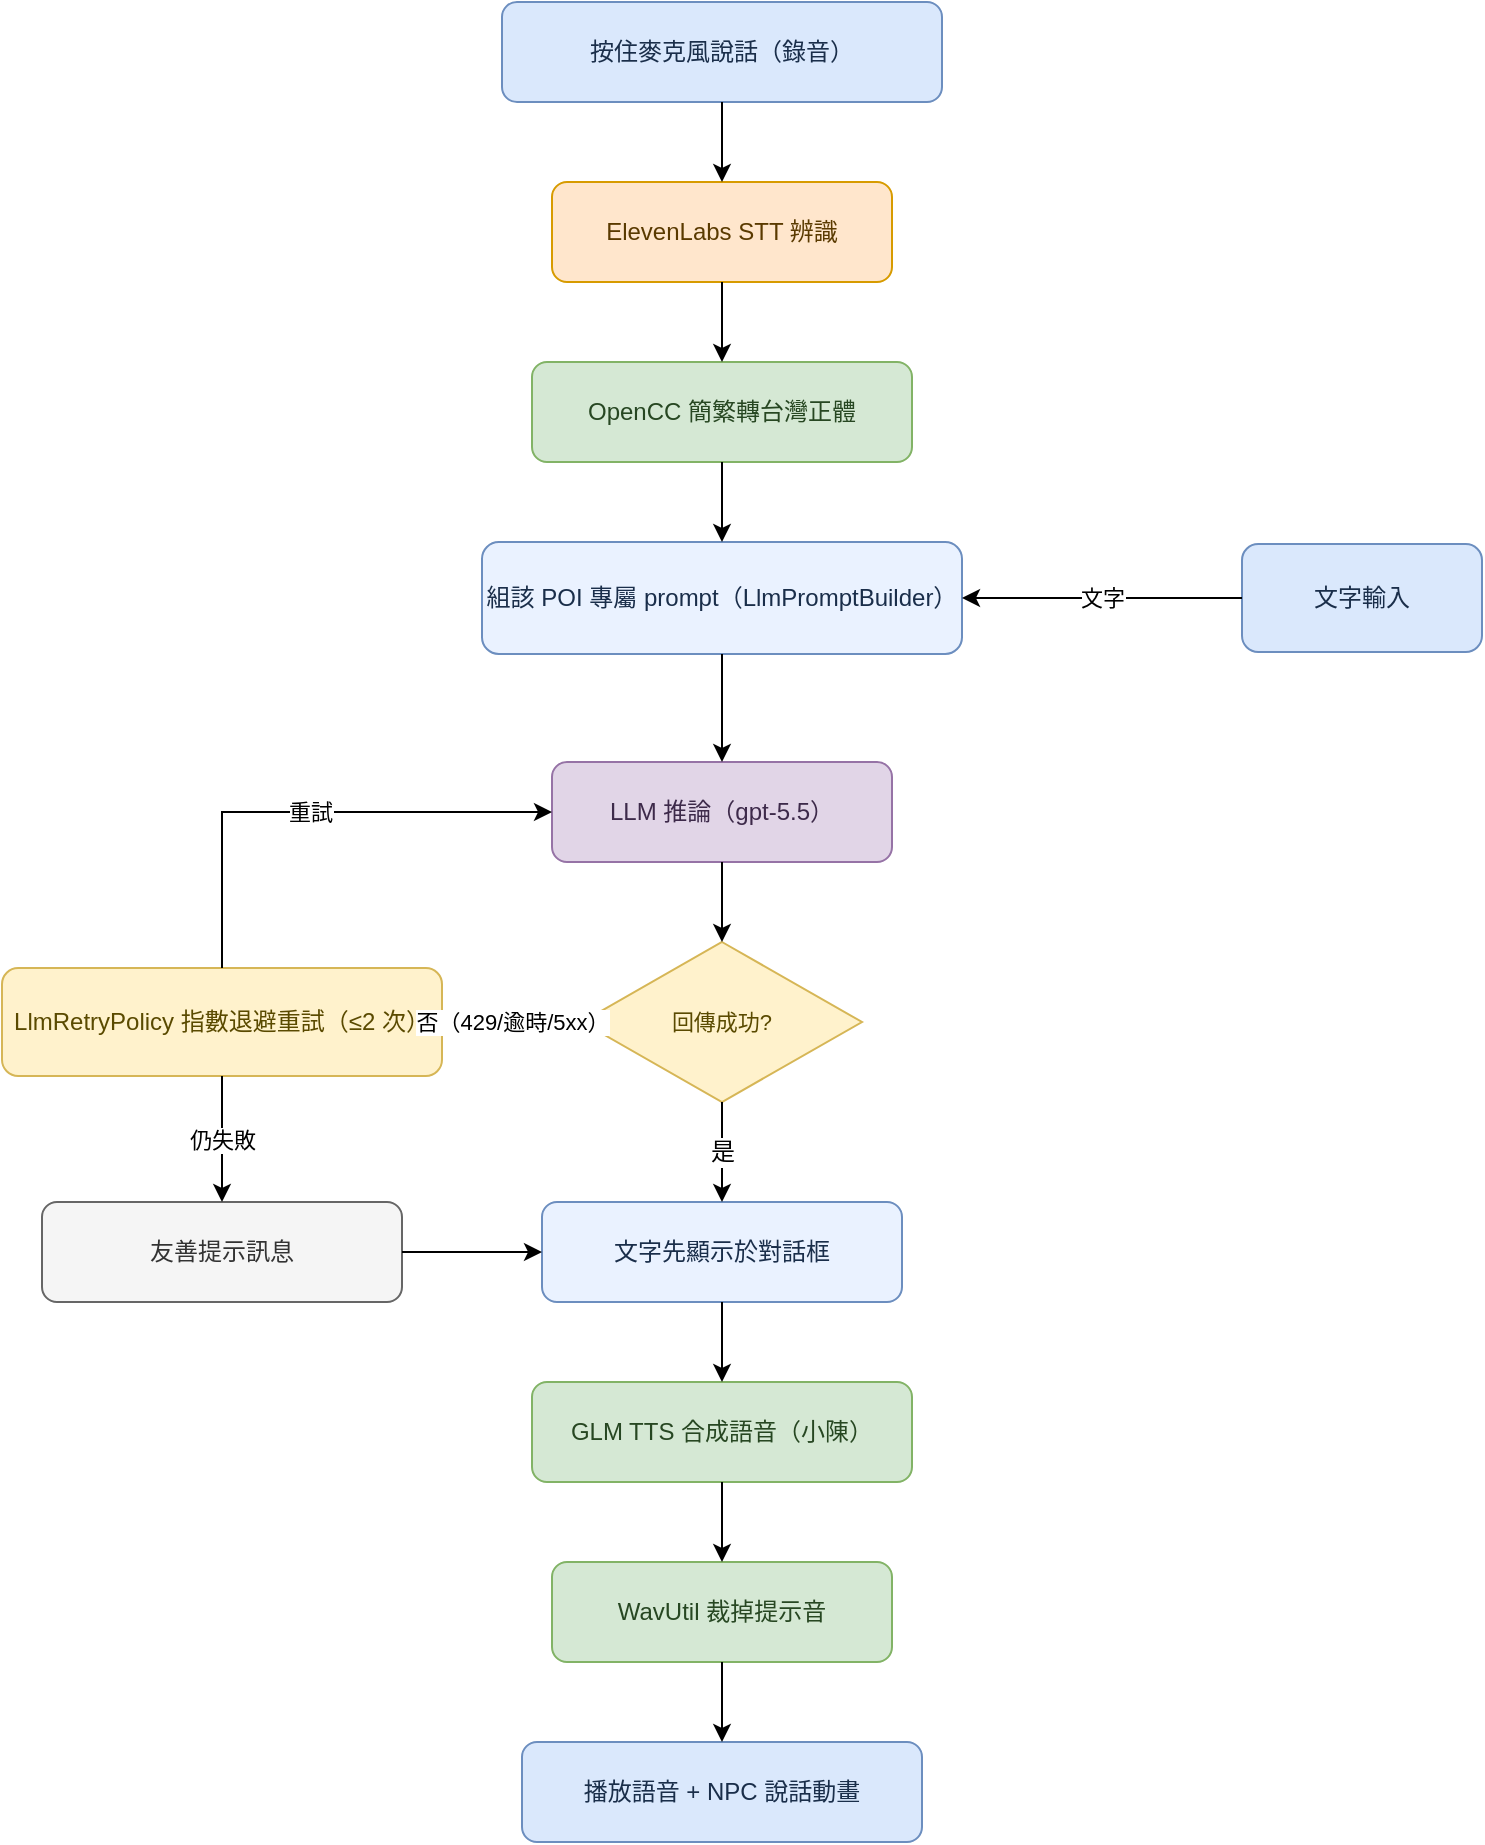
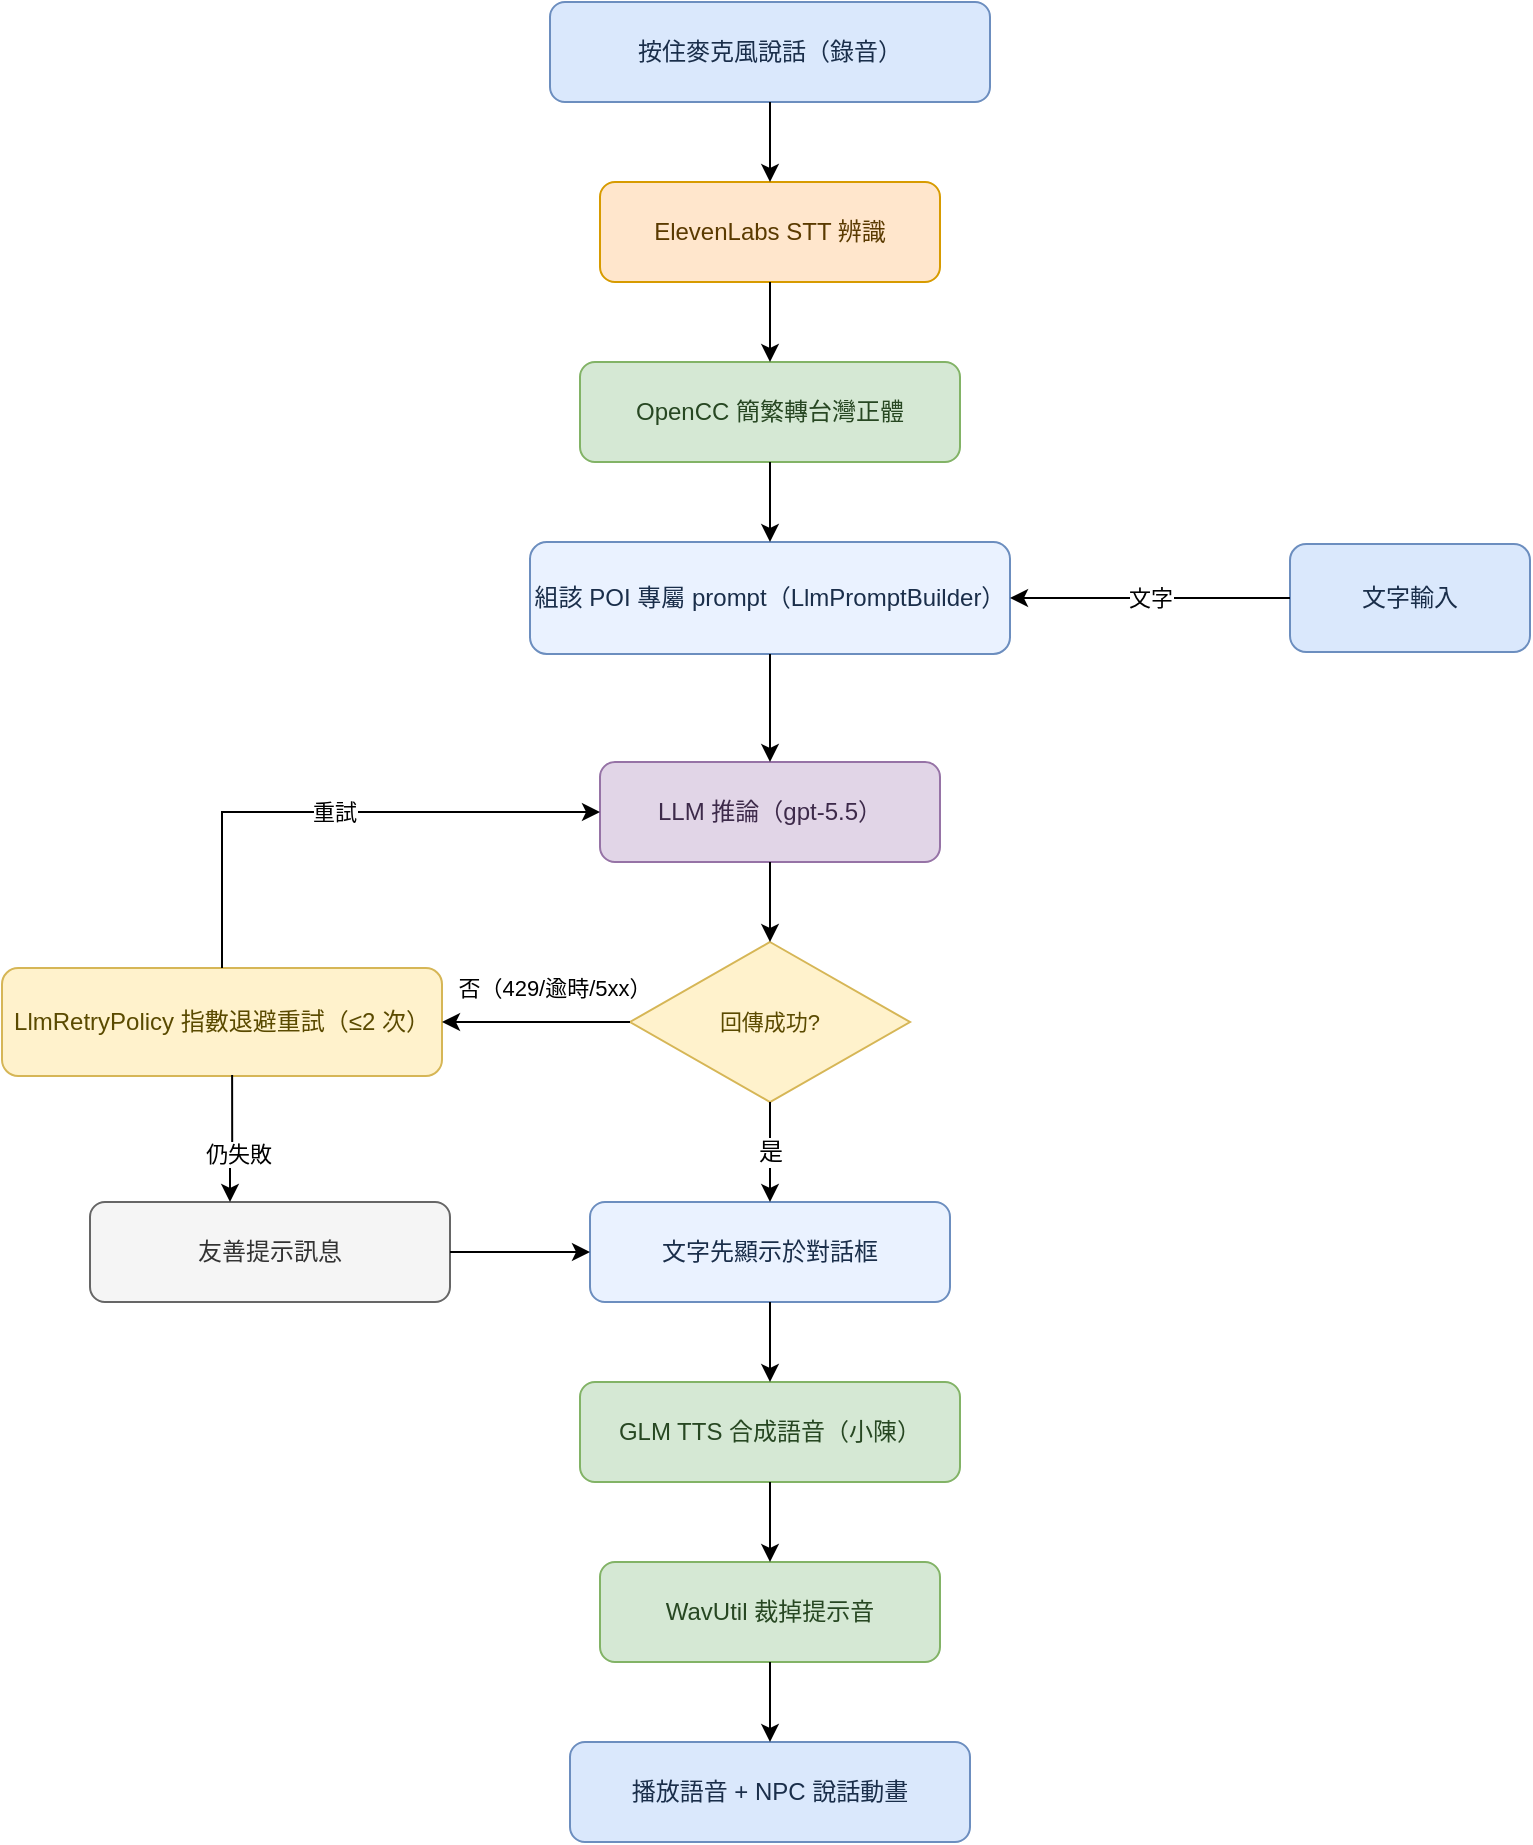
- <?xml version="1.0" encoding="UTF-8"?>
- <mxfile host="drawio" version="26.0.0"><diagram name="pipeline"><mxGraphModel dx="900" dy="600" grid="0" pageWidth="880" pageHeight="980">
- <root><mxCell id="0"/><mxCell id="1" parent="0"/>
- <mxCell id="invoice" value="按住麥克風說話（錄音）" style="rounded=1;whiteSpace=wrap;html=1;fillColor=#dae8fc;strokeColor=#6c8ebf;fontColor=#1a2e4a;fontSize=12;" vertex="1" parent="1"><mxGeometry x="320" y="20" width="220" height="50" as="geometry"/></mxCell>
- <mxCell id="stt" value="ElevenLabs STT 辨識" style="rounded=1;whiteSpace=wrap;html=1;fillColor=#ffe6cc;strokeColor=#d79b00;fontColor=#5a3a00;fontSize=12;" vertex="1" parent="1"><mxGeometry x="345" y="110" width="170" height="50" as="geometry"/></mxCell>
- <mxCell id="opencc" value="OpenCC 簡繁轉台灣正體" style="rounded=1;whiteSpace=wrap;html=1;fillColor=#d5e8d4;strokeColor=#82b366;fontColor=#274722;fontSize=12;" vertex="1" parent="1"><mxGeometry x="335" y="200" width="190" height="50" as="geometry"/></mxCell>
- <mxCell id="prompt" value="組該 POI 專屬 prompt（LlmPromptBuilder）" style="rounded=1;whiteSpace=wrap;html=1;fillColor=#eaf2ff;strokeColor=#6c8ebf;fontColor=#1a2e4a;fontSize=12;" vertex="1" parent="1"><mxGeometry x="310" y="290" width="240" height="56" as="geometry"/></mxCell>
- <mxCell id="intext" value="文字輸入" style="rounded=1;whiteSpace=wrap;html=1;fillColor=#dae8fc;strokeColor=#6c8ebf;fontColor=#1a2e4a;fontSize=12;" vertex="1" parent="1"><mxGeometry x="690" y="291" width="120" height="54" as="geometry"/></mxCell>
- <mxCell id="llm" value="LLM 推論（gpt-5.5）" style="rounded=1;whiteSpace=wrap;html=1;fillColor=#e1d5e7;strokeColor=#9673a6;fontColor=#3d2a4a;fontSize=12;" vertex="1" parent="1"><mxGeometry x="345" y="400" width="170" height="50" as="geometry"/></mxCell>
- <mxCell id="dec" value="回傳成功?" style="rhombus;whiteSpace=wrap;html=1;fillColor=#fff2cc;strokeColor=#d6b656;fontColor=#5a4a00;fontSize=11;" vertex="1" parent="1"><mxGeometry x="360" y="490" width="140" height="80" as="geometry"/></mxCell>
- <mxCell id="retry" value="LlmRetryPolicy 指數退避重試（≤2 次）" style="rounded=1;whiteSpace=wrap;html=1;fillColor=#fff2cc;strokeColor=#d6b656;fontColor=#5a4a00;fontSize=12;" vertex="1" parent="1"><mxGeometry x="70" y="503" width="220" height="54" as="geometry"/></mxCell>
- <mxCell id="degrade" value="友善提示訊息" style="rounded=1;whiteSpace=wrap;html=1;fillColor=#f5f5f5;strokeColor=#666666;fontColor=#333333;fontSize=12;" vertex="1" parent="1"><mxGeometry x="90" y="620" width="180" height="50" as="geometry"/></mxCell>
- <mxCell id="text" value="文字先顯示於對話框" style="rounded=1;whiteSpace=wrap;html=1;fillColor=#eaf2ff;strokeColor=#6c8ebf;fontColor=#1a2e4a;fontSize=12;" vertex="1" parent="1"><mxGeometry x="340" y="620" width="180" height="50" as="geometry"/></mxCell>
- <mxCell id="tts" value="GLM TTS 合成語音（小陳）" style="rounded=1;whiteSpace=wrap;html=1;fillColor=#d5e8d4;strokeColor=#82b366;fontColor=#274722;fontSize=12;" vertex="1" parent="1"><mxGeometry x="335" y="710" width="190" height="50" as="geometry"/></mxCell>
- <mxCell id="trim" value="WavUtil 裁掉提示音" style="rounded=1;whiteSpace=wrap;html=1;fillColor=#d5e8d4;strokeColor=#82b366;fontColor=#274722;fontSize=12;" vertex="1" parent="1"><mxGeometry x="345" y="800" width="170" height="50" as="geometry"/></mxCell>
- <mxCell id="play" value="播放語音 + NPC 說話動畫" style="rounded=1;whiteSpace=wrap;html=1;fillColor=#dae8fc;strokeColor=#6c8ebf;fontColor=#1a2e4a;fontSize=12;" vertex="1" parent="1"><mxGeometry x="330" y="890" width="200" height="50" as="geometry"/></mxCell>
- <mxCell id="m1" style="edgeStyle=orthogonalEdgeStyle;rounded=0;html=1;endArrow=classic;exitX=0.5;exitY=1;entryX=0.5;entryY=0;" edge="1" parent="1" source="invoice" target="stt"><mxGeometry relative="1" as="geometry"/></mxCell>
- <mxCell id="m2" style="edgeStyle=orthogonalEdgeStyle;rounded=0;html=1;endArrow=classic;exitX=0.5;exitY=1;entryX=0.5;entryY=0;" edge="1" parent="1" source="stt" target="opencc"><mxGeometry relative="1" as="geometry"/></mxCell>
- <mxCell id="m3" style="edgeStyle=orthogonalEdgeStyle;rounded=0;html=1;endArrow=classic;exitX=0.5;exitY=1;entryX=0.5;entryY=0;" edge="1" parent="1" source="opencc" target="prompt"><mxGeometry relative="1" as="geometry"/></mxCell>
- <mxCell id="m4" style="edgeStyle=orthogonalEdgeStyle;rounded=0;html=1;endArrow=classic;exitX=0.5;exitY=1;entryX=0.5;entryY=0;" edge="1" parent="1" source="prompt" target="llm"><mxGeometry relative="1" as="geometry"/></mxCell>
- <mxCell id="m5" style="edgeStyle=orthogonalEdgeStyle;rounded=0;html=1;endArrow=classic;exitX=0.5;exitY=1;entryX=0.5;entryY=0;" edge="1" parent="1" source="llm" target="dec"><mxGeometry relative="1" as="geometry"/></mxCell>
- <mxCell id="m6" value="是" style="edgeStyle=orthogonalEdgeStyle;rounded=0;html=1;endArrow=classic;fontSize=12;exitX=0.5;exitY=1;entryX=0.5;entryY=0;" edge="1" parent="1" source="dec" target="text"><mxGeometry relative="1" as="geometry"/></mxCell>
- <mxCell id="m7" style="edgeStyle=orthogonalEdgeStyle;rounded=0;html=1;endArrow=classic;exitX=0.5;exitY=1;entryX=0.5;entryY=0;" edge="1" parent="1" source="text" target="tts"><mxGeometry relative="1" as="geometry"/></mxCell>
- <mxCell id="m8" style="edgeStyle=orthogonalEdgeStyle;rounded=0;html=1;endArrow=classic;exitX=0.5;exitY=1;entryX=0.5;entryY=0;" edge="1" parent="1" source="tts" target="trim"><mxGeometry relative="1" as="geometry"/></mxCell>
- <mxCell id="m9" style="edgeStyle=orthogonalEdgeStyle;rounded=0;html=1;endArrow=classic;exitX=0.5;exitY=1;entryX=0.5;entryY=0;" edge="1" parent="1" source="trim" target="play"><mxGeometry relative="1" as="geometry"/></mxCell>
- <mxCell id="s1" value="文字" style="edgeStyle=orthogonalEdgeStyle;rounded=0;html=1;endArrow=classic;fontSize=11;exitX=0;exitY=0.5;entryX=1;entryY=0.5;" edge="1" parent="1" source="intext" target="prompt"><mxGeometry relative="1" as="geometry"/></mxCell>
- <mxCell id="s2" value="否（429/逾時/5xx）" style="edgeStyle=orthogonalEdgeStyle;rounded=0;html=1;endArrow=classic;fontSize=11;exitX=0;exitY=0.5;entryX=1;entryY=0.5;" edge="1" parent="1" source="dec" target="retry"><mxGeometry relative="1" as="geometry"/></mxCell>
- <mxCell id="s3" value="重試" style="edgeStyle=orthogonalEdgeStyle;rounded=0;html=1;endArrow=classic;fontSize=11;exitX=0.5;exitY=0;entryX=0;entryY=0.5;" edge="1" parent="1" source="retry" target="llm"><mxGeometry relative="1" as="geometry"/></mxCell>
- <mxCell id="s4" value="仍失敗" style="edgeStyle=orthogonalEdgeStyle;rounded=0;html=1;endArrow=classic;fontSize=11;exitX=0.5;exitY=1;entryX=0.5;entryY=0;" edge="1" parent="1" source="retry" target="degrade"><mxGeometry relative="1" as="geometry"/></mxCell>
- <mxCell id="s5" style="edgeStyle=orthogonalEdgeStyle;rounded=0;html=1;endArrow=classic;exitX=1;exitY=0.5;entryX=0;entryY=0.5;" edge="1" parent="1" source="degrade" target="text"><mxGeometry relative="1" as="geometry"/></mxCell>
- </root></mxGraphModel></diagram></mxfile>
+ <mxfile host="Electron">
+   <diagram name="pipeline" id="0">
+     <mxGraphModel dx="1557" dy="1028" grid="0" gridSize="10" guides="1" tooltips="1" connect="1" arrows="1" fold="1" page="1" pageScale="1" pageWidth="880" pageHeight="980" math="0" shadow="0">
+       <root>
+         <mxCell id="0" />
+         <mxCell id="1" parent="0" />
+         <mxCell id="invoice" parent="1" style="rounded=1;whiteSpace=wrap;html=1;fillColor=#dae8fc;strokeColor=#6c8ebf;fontColor=#1a2e4a;fontSize=12;" value="按住麥克風說話（錄音）" vertex="1">
+           <mxGeometry height="50" width="220" x="320" y="20" as="geometry" />
+         </mxCell>
+         <mxCell id="stt" parent="1" style="rounded=1;whiteSpace=wrap;html=1;fillColor=#ffe6cc;strokeColor=#d79b00;fontColor=#5a3a00;fontSize=12;" value="ElevenLabs STT 辨識" vertex="1">
+           <mxGeometry height="50" width="170" x="345" y="110" as="geometry" />
+         </mxCell>
+         <mxCell id="opencc" parent="1" style="rounded=1;whiteSpace=wrap;html=1;fillColor=#d5e8d4;strokeColor=#82b366;fontColor=#274722;fontSize=12;" value="OpenCC 簡繁轉台灣正體" vertex="1">
+           <mxGeometry height="50" width="190" x="335" y="200" as="geometry" />
+         </mxCell>
+         <mxCell id="prompt" parent="1" style="rounded=1;whiteSpace=wrap;html=1;fillColor=#eaf2ff;strokeColor=#6c8ebf;fontColor=#1a2e4a;fontSize=12;" value="組該 POI 專屬 prompt（LlmPromptBuilder）" vertex="1">
+           <mxGeometry height="56" width="240" x="310" y="290" as="geometry" />
+         </mxCell>
+         <mxCell id="intext" parent="1" style="rounded=1;whiteSpace=wrap;html=1;fillColor=#dae8fc;strokeColor=#6c8ebf;fontColor=#1a2e4a;fontSize=12;" value="文字輸入" vertex="1">
+           <mxGeometry height="54" width="120" x="690" y="291" as="geometry" />
+         </mxCell>
+         <mxCell id="llm" parent="1" style="rounded=1;whiteSpace=wrap;html=1;fillColor=#e1d5e7;strokeColor=#9673a6;fontColor=#3d2a4a;fontSize=12;" value="LLM 推論（gpt-5.5）" vertex="1">
+           <mxGeometry height="50" width="170" x="345" y="400" as="geometry" />
+         </mxCell>
+         <mxCell id="dec" parent="1" style="rhombus;whiteSpace=wrap;html=1;fillColor=#fff2cc;strokeColor=#d6b656;fontColor=#5a4a00;fontSize=11;" value="回傳成功?" vertex="1">
+           <mxGeometry height="80" width="140" x="360" y="490" as="geometry" />
+         </mxCell>
+         <mxCell id="retry" parent="1" style="rounded=1;whiteSpace=wrap;html=1;fillColor=#fff2cc;strokeColor=#d6b656;fontColor=#5a4a00;fontSize=12;" value="LlmRetryPolicy 指數退避重試（≤2 次）" vertex="1">
+           <mxGeometry height="54" width="220" x="46" y="503" as="geometry" />
+         </mxCell>
+         <mxCell id="degrade" parent="1" style="rounded=1;whiteSpace=wrap;html=1;fillColor=#f5f5f5;strokeColor=#666666;fontColor=#333333;fontSize=12;" value="友善提示訊息" vertex="1">
+           <mxGeometry height="50" width="180" x="90" y="620" as="geometry" />
+         </mxCell>
+         <mxCell id="text" parent="1" style="rounded=1;whiteSpace=wrap;html=1;fillColor=#eaf2ff;strokeColor=#6c8ebf;fontColor=#1a2e4a;fontSize=12;" value="文字先顯示於對話框" vertex="1">
+           <mxGeometry height="50" width="180" x="340" y="620" as="geometry" />
+         </mxCell>
+         <mxCell id="tts" parent="1" style="rounded=1;whiteSpace=wrap;html=1;fillColor=#d5e8d4;strokeColor=#82b366;fontColor=#274722;fontSize=12;" value="GLM TTS 合成語音（小陳）" vertex="1">
+           <mxGeometry height="50" width="190" x="335" y="710" as="geometry" />
+         </mxCell>
+         <mxCell id="trim" parent="1" style="rounded=1;whiteSpace=wrap;html=1;fillColor=#d5e8d4;strokeColor=#82b366;fontColor=#274722;fontSize=12;" value="WavUtil 裁掉提示音" vertex="1">
+           <mxGeometry height="50" width="170" x="345" y="800" as="geometry" />
+         </mxCell>
+         <mxCell id="play" parent="1" style="rounded=1;whiteSpace=wrap;html=1;fillColor=#dae8fc;strokeColor=#6c8ebf;fontColor=#1a2e4a;fontSize=12;" value="播放語音 + NPC 說話動畫" vertex="1">
+           <mxGeometry height="50" width="200" x="330" y="890" as="geometry" />
+         </mxCell>
+         <mxCell id="m1" edge="1" parent="1" source="invoice" style="edgeStyle=orthogonalEdgeStyle;rounded=0;html=1;endArrow=classic;exitX=0.5;exitY=1;entryX=0.5;entryY=0;" target="stt">
+           <mxGeometry relative="1" as="geometry" />
+         </mxCell>
+         <mxCell id="m2" edge="1" parent="1" source="stt" style="edgeStyle=orthogonalEdgeStyle;rounded=0;html=1;endArrow=classic;exitX=0.5;exitY=1;entryX=0.5;entryY=0;" target="opencc">
+           <mxGeometry relative="1" as="geometry" />
+         </mxCell>
+         <mxCell id="m3" edge="1" parent="1" source="opencc" style="edgeStyle=orthogonalEdgeStyle;rounded=0;html=1;endArrow=classic;exitX=0.5;exitY=1;entryX=0.5;entryY=0;" target="prompt">
+           <mxGeometry relative="1" as="geometry" />
+         </mxCell>
+         <mxCell id="m4" edge="1" parent="1" source="prompt" style="edgeStyle=orthogonalEdgeStyle;rounded=0;html=1;endArrow=classic;exitX=0.5;exitY=1;entryX=0.5;entryY=0;" target="llm">
+           <mxGeometry relative="1" as="geometry" />
+         </mxCell>
+         <mxCell id="m5" edge="1" parent="1" source="llm" style="edgeStyle=orthogonalEdgeStyle;rounded=0;html=1;endArrow=classic;exitX=0.5;exitY=1;entryX=0.5;entryY=0;" target="dec">
+           <mxGeometry relative="1" as="geometry" />
+         </mxCell>
+         <mxCell id="m6" edge="1" parent="1" source="dec" style="edgeStyle=orthogonalEdgeStyle;rounded=0;html=1;endArrow=classic;fontSize=12;exitX=0.5;exitY=1;entryX=0.5;entryY=0;" target="text" value="是">
+           <mxGeometry relative="1" as="geometry" />
+         </mxCell>
+         <mxCell id="m7" edge="1" parent="1" source="text" style="edgeStyle=orthogonalEdgeStyle;rounded=0;html=1;endArrow=classic;exitX=0.5;exitY=1;entryX=0.5;entryY=0;" target="tts">
+           <mxGeometry relative="1" as="geometry" />
+         </mxCell>
+         <mxCell id="m8" edge="1" parent="1" source="tts" style="edgeStyle=orthogonalEdgeStyle;rounded=0;html=1;endArrow=classic;exitX=0.5;exitY=1;entryX=0.5;entryY=0;" target="trim">
+           <mxGeometry relative="1" as="geometry" />
+         </mxCell>
+         <mxCell id="m9" edge="1" parent="1" source="trim" style="edgeStyle=orthogonalEdgeStyle;rounded=0;html=1;endArrow=classic;exitX=0.5;exitY=1;entryX=0.5;entryY=0;" target="play">
+           <mxGeometry relative="1" as="geometry" />
+         </mxCell>
+         <mxCell id="s1" edge="1" parent="1" source="intext" style="edgeStyle=orthogonalEdgeStyle;rounded=0;html=1;endArrow=classic;fontSize=11;exitX=0;exitY=0.5;entryX=1;entryY=0.5;" target="prompt" value="文字">
+           <mxGeometry relative="1" as="geometry" />
+         </mxCell>
+         <mxCell id="s2" edge="1" parent="1" source="dec" style="edgeStyle=orthogonalEdgeStyle;rounded=0;html=1;endArrow=classic;fontSize=11;exitX=0;exitY=0.5;entryX=1;entryY=0.5;" target="retry" value="否（429/逾時/5xx）">
+           <mxGeometry relative="1" x="-0.1915" y="-17" as="geometry">
+             <mxPoint as="offset" />
+           </mxGeometry>
+         </mxCell>
+         <mxCell id="s3" edge="1" parent="1" source="retry" style="edgeStyle=orthogonalEdgeStyle;rounded=0;html=1;endArrow=classic;fontSize=11;exitX=0.5;exitY=0;entryX=0;entryY=0.5;" target="llm" value="重試">
+           <mxGeometry relative="1" as="geometry" />
+         </mxCell>
+         <mxCell id="s4" edge="1" parent="1" source="retry" style="edgeStyle=orthogonalEdgeStyle;rounded=0;html=1;endArrow=classic;fontSize=11;exitX=0.523;exitY=0.99;exitDx=0;exitDy=0;exitPerimeter=0;" value="仍失敗">
+           <mxGeometry relative="1" x="0.2573" y="4" as="geometry">
+             <mxPoint as="offset" />
+             <Array as="points">
+               <mxPoint x="161" y="591" />
+               <mxPoint x="160" y="591" />
+             </Array>
+             <mxPoint x="157" y="557.0000000000001" as="sourcePoint" />
+             <mxPoint x="160" y="620" as="targetPoint" />
+           </mxGeometry>
+         </mxCell>
+         <mxCell id="s5" edge="1" parent="1" source="degrade" style="edgeStyle=orthogonalEdgeStyle;rounded=0;html=1;endArrow=classic;exitX=1;exitY=0.5;entryX=0;entryY=0.5;" target="text">
+           <mxGeometry relative="1" as="geometry" />
+         </mxCell>
+       </root>
+     </mxGraphModel>
+   </diagram>
+ </mxfile>
